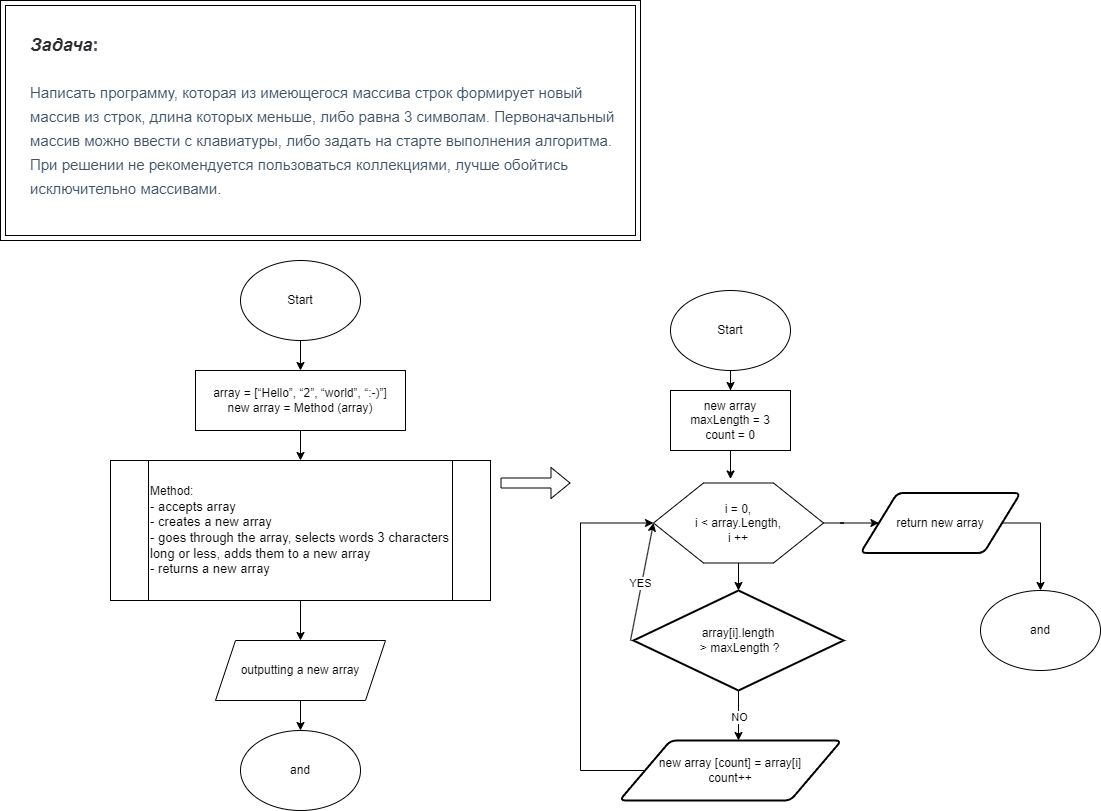
The draw.io diagram Блок-схема.png in PostnicovaY/text_array_filter, before a commit. Source tidied: cells renumbered, new cells last; positions are measured from the earlier drawing's top-left corner, leaving out a move shared by most shapes.
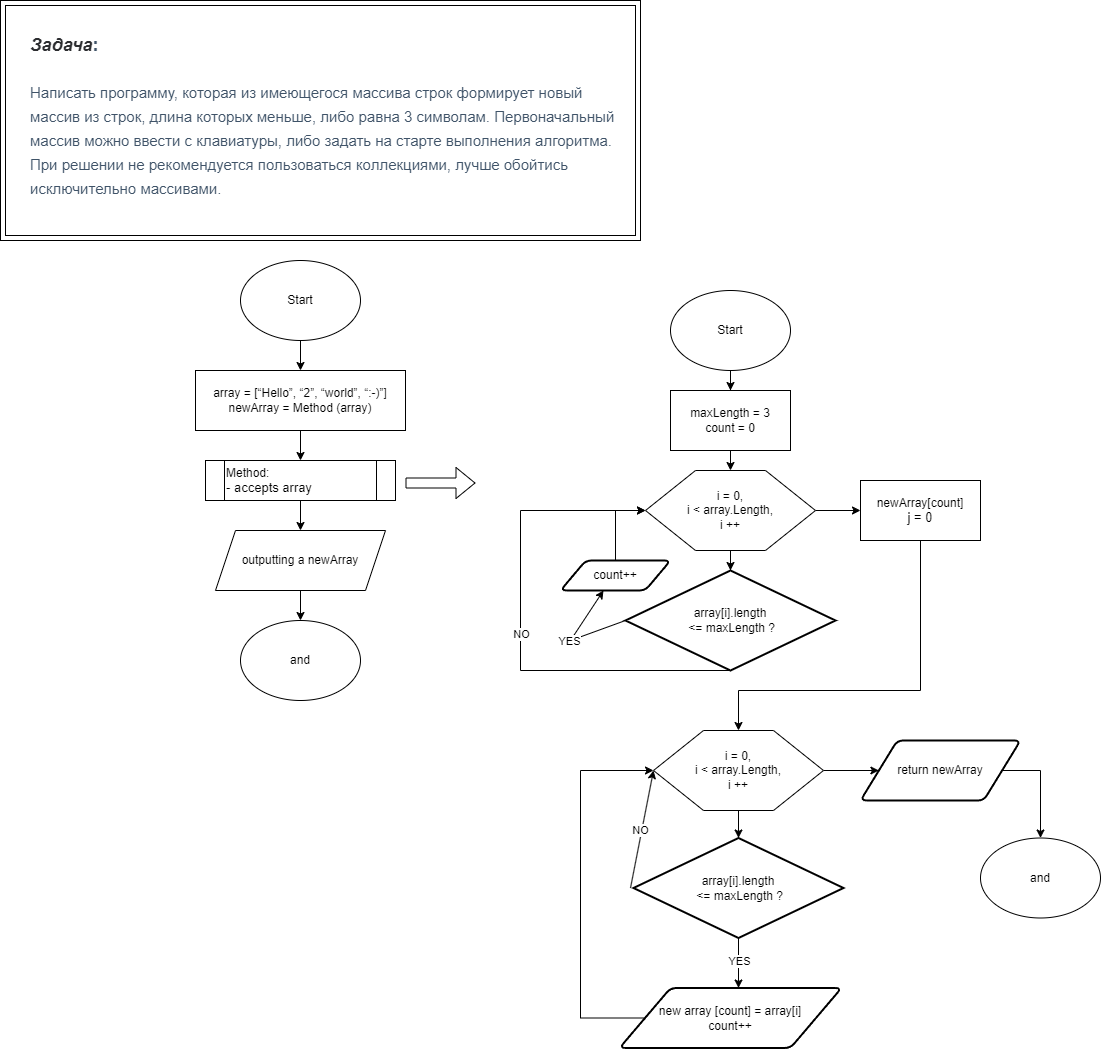
After the change.

Commit message:
Wrote a program that solved the problem, adjusted the flowchart and README file

What changed in the source:
```diff
@@ -16,3 +16,3 @@
     </mxCell>
-    <mxCell id="6" value="array =&amp;nbsp;[“Hello”, “2”, “world”, “:-)”]&lt;br&gt;new array = Method (array)" style="rounded=0;whiteSpace=wrap;html=1;" parent="1" vertex="1">
+    <mxCell id="6" value="array =&amp;nbsp;[“Hello”, “2”, “world”, “:-)”]&lt;br&gt;newArray&amp;nbsp;= Method (array)" style="rounded=0;whiteSpace=wrap;html=1;" parent="1" vertex="1">
       <mxGeometry x="195" y="370" width="210" height="60" as="geometry" />
@@ -22,7 +22,7 @@
     </mxCell>
-    <mxCell id="8" value="&lt;font style=&quot;background-color: rgb(255, 255, 255);&quot;&gt;Method:&lt;br style=&quot;font-family: -apple-system, BlinkMacSystemFont, Roboto, &amp;quot;Open Sans&amp;quot;, &amp;quot;Helvetica Neue&amp;quot;, &amp;quot;Noto Sans Armenian&amp;quot;, &amp;quot;Noto Sans Bengali&amp;quot;, &amp;quot;Noto Sans Cherokee&amp;quot;, &amp;quot;Noto Sans Devanagari&amp;quot;, &amp;quot;Noto Sans Ethiopic&amp;quot;, &amp;quot;Noto Sans Georgian&amp;quot;, &amp;quot;Noto Sans Hebrew&amp;quot;, &amp;quot;Noto Sans Kannada&amp;quot;, &amp;quot;Noto Sans Khmer&amp;quot;, &amp;quot;Noto Sans Lao&amp;quot;, &amp;quot;Noto Sans Osmanya&amp;quot;, &amp;quot;Noto Sans Tamil&amp;quot;, &amp;quot;Noto Sans Telugu&amp;quot;, &amp;quot;Noto Sans Thai&amp;quot;, sans-serif; font-size: 13px;&quot;&gt;&lt;span style=&quot;font-family: -apple-system, BlinkMacSystemFont, Roboto, &amp;quot;Open Sans&amp;quot;, &amp;quot;Helvetica Neue&amp;quot;, &amp;quot;Noto Sans Armenian&amp;quot;, &amp;quot;Noto Sans Bengali&amp;quot;, &amp;quot;Noto Sans Cherokee&amp;quot;, &amp;quot;Noto Sans Devanagari&amp;quot;, &amp;quot;Noto Sans Ethiopic&amp;quot;, &amp;quot;Noto Sans Georgian&amp;quot;, &amp;quot;Noto Sans Hebrew&amp;quot;, &amp;quot;Noto Sans Kannada&amp;quot;, &amp;quot;Noto Sans Khmer&amp;quot;, &amp;quot;Noto Sans Lao&amp;quot;, &amp;quot;Noto Sans Osmanya&amp;quot;, &amp;quot;Noto Sans Tamil&amp;quot;, &amp;quot;Noto Sans Telugu&amp;quot;, &amp;quot;Noto Sans Thai&amp;quot;, sans-serif; font-size: 13px;&quot;&gt;- accepts array&lt;/span&gt;&lt;br style=&quot;font-family: -apple-system, BlinkMacSystemFont, Roboto, &amp;quot;Open Sans&amp;quot;, &amp;quot;Helvetica Neue&amp;quot;, &amp;quot;Noto Sans Armenian&amp;quot;, &amp;quot;Noto Sans Bengali&amp;quot;, &amp;quot;Noto Sans Cherokee&amp;quot;, &amp;quot;Noto Sans Devanagari&amp;quot;, &amp;quot;Noto Sans Ethiopic&amp;quot;, &amp;quot;Noto Sans Georgian&amp;quot;, &amp;quot;Noto Sans Hebrew&amp;quot;, &amp;quot;Noto Sans Kannada&amp;quot;, &amp;quot;Noto Sans Khmer&amp;quot;, &amp;quot;Noto Sans Lao&amp;quot;, &amp;quot;Noto Sans Osmanya&amp;quot;, &amp;quot;Noto Sans Tamil&amp;quot;, &amp;quot;Noto Sans Telugu&amp;quot;, &amp;quot;Noto Sans Thai&amp;quot;, sans-serif; font-size: 13px;&quot;&gt;&lt;span style=&quot;font-family: -apple-system, BlinkMacSystemFont, Roboto, &amp;quot;Open Sans&amp;quot;, &amp;quot;Helvetica Neue&amp;quot;, &amp;quot;Noto Sans Armenian&amp;quot;, &amp;quot;Noto Sans Bengali&amp;quot;, &amp;quot;Noto Sans Cherokee&amp;quot;, &amp;quot;Noto Sans Devanagari&amp;quot;, &amp;quot;Noto Sans Ethiopic&amp;quot;, &amp;quot;Noto Sans Georgian&amp;quot;, &amp;quot;Noto Sans Hebrew&amp;quot;, &amp;quot;Noto Sans Kannada&amp;quot;, &amp;quot;Noto Sans Khmer&amp;quot;, &amp;quot;Noto Sans Lao&amp;quot;, &amp;quot;Noto Sans Osmanya&amp;quot;, &amp;quot;Noto Sans Tamil&amp;quot;, &amp;quot;Noto Sans Telugu&amp;quot;, &amp;quot;Noto Sans Thai&amp;quot;, sans-serif; font-size: 13px;&quot;&gt;- creates a new array&lt;/span&gt;&lt;br style=&quot;font-family: -apple-system, BlinkMacSystemFont, Roboto, &amp;quot;Open Sans&amp;quot;, &amp;quot;Helvetica Neue&amp;quot;, &amp;quot;Noto Sans Armenian&amp;quot;, &amp;quot;Noto Sans Bengali&amp;quot;, &amp;quot;Noto Sans Cherokee&amp;quot;, &amp;quot;Noto Sans Devanagari&amp;quot;, &amp;quot;Noto Sans Ethiopic&amp;quot;, &amp;quot;Noto Sans Georgian&amp;quot;, &amp;quot;Noto Sans Hebrew&amp;quot;, &amp;quot;Noto Sans Kannada&amp;quot;, &amp;quot;Noto Sans Khmer&amp;quot;, &amp;quot;Noto Sans Lao&amp;quot;, &amp;quot;Noto Sans Osmanya&amp;quot;, &amp;quot;Noto Sans Tamil&amp;quot;, &amp;quot;Noto Sans Telugu&amp;quot;, &amp;quot;Noto Sans Thai&amp;quot;, sans-serif; font-size: 13px;&quot;&gt;&lt;span style=&quot;font-family: -apple-system, BlinkMacSystemFont, Roboto, &amp;quot;Open Sans&amp;quot;, &amp;quot;Helvetica Neue&amp;quot;, &amp;quot;Noto Sans Armenian&amp;quot;, &amp;quot;Noto Sans Bengali&amp;quot;, &amp;quot;Noto Sans Cherokee&amp;quot;, &amp;quot;Noto Sans Devanagari&amp;quot;, &amp;quot;Noto Sans Ethiopic&amp;quot;, &amp;quot;Noto Sans Georgian&amp;quot;, &amp;quot;Noto Sans Hebrew&amp;quot;, &amp;quot;Noto Sans Kannada&amp;quot;, &amp;quot;Noto Sans Khmer&amp;quot;, &amp;quot;Noto Sans Lao&amp;quot;, &amp;quot;Noto Sans Osmanya&amp;quot;, &amp;quot;Noto Sans Tamil&amp;quot;, &amp;quot;Noto Sans Telugu&amp;quot;, &amp;quot;Noto Sans Thai&amp;quot;, sans-serif; font-size: 13px;&quot;&gt;- goes through the array, selects words 3 characters long or less, adds them to a new array&lt;/span&gt;&lt;br style=&quot;font-family: -apple-system, BlinkMacSystemFont, Roboto, &amp;quot;Open Sans&amp;quot;, &amp;quot;Helvetica Neue&amp;quot;, &amp;quot;Noto Sans Armenian&amp;quot;, &amp;quot;Noto Sans Bengali&amp;quot;, &amp;quot;Noto Sans Cherokee&amp;quot;, &amp;quot;Noto Sans Devanagari&amp;quot;, &amp;quot;Noto Sans Ethiopic&amp;quot;, &amp;quot;Noto Sans Georgian&amp;quot;, &amp;quot;Noto Sans Hebrew&amp;quot;, &amp;quot;Noto Sans Kannada&amp;quot;, &amp;quot;Noto Sans Khmer&amp;quot;, &amp;quot;Noto Sans Lao&amp;quot;, &amp;quot;Noto Sans Osmanya&amp;quot;, &amp;quot;Noto Sans Tamil&amp;quot;, &amp;quot;Noto Sans Telugu&amp;quot;, &amp;quot;Noto Sans Thai&amp;quot;, sans-serif; font-size: 13px;&quot;&gt;&lt;span style=&quot;font-family: -apple-system, BlinkMacSystemFont, Roboto, &amp;quot;Open Sans&amp;quot;, &amp;quot;Helvetica Neue&amp;quot;, &amp;quot;Noto Sans Armenian&amp;quot;, &amp;quot;Noto Sans Bengali&amp;quot;, &amp;quot;Noto Sans Cherokee&amp;quot;, &amp;quot;Noto Sans Devanagari&amp;quot;, &amp;quot;Noto Sans Ethiopic&amp;quot;, &amp;quot;Noto Sans Georgian&amp;quot;, &amp;quot;Noto Sans Hebrew&amp;quot;, &amp;quot;Noto Sans Kannada&amp;quot;, &amp;quot;Noto Sans Khmer&amp;quot;, &amp;quot;Noto Sans Lao&amp;quot;, &amp;quot;Noto Sans Osmanya&amp;quot;, &amp;quot;Noto Sans Tamil&amp;quot;, &amp;quot;Noto Sans Telugu&amp;quot;, &amp;quot;Noto Sans Thai&amp;quot;, sans-serif; font-size: 13px;&quot;&gt;- returns a new array&lt;/span&gt;&lt;/font&gt;" style="shape=process;whiteSpace=wrap;html=1;backgroundOutline=1;align=left;" parent="1" vertex="1">
-      <mxGeometry x="110" y="460" width="380" height="140" as="geometry" />
+    <mxCell id="8" value="&lt;font style=&quot;background-color: rgb(255, 255, 255);&quot;&gt;Method:&lt;br style=&quot;font-family: -apple-system, BlinkMacSystemFont, Roboto, &amp;quot;Open Sans&amp;quot;, &amp;quot;Helvetica Neue&amp;quot;, &amp;quot;Noto Sans Armenian&amp;quot;, &amp;quot;Noto Sans Bengali&amp;quot;, &amp;quot;Noto Sans Cherokee&amp;quot;, &amp;quot;Noto Sans Devanagari&amp;quot;, &amp;quot;Noto Sans Ethiopic&amp;quot;, &amp;quot;Noto Sans Georgian&amp;quot;, &amp;quot;Noto Sans Hebrew&amp;quot;, &amp;quot;Noto Sans Kannada&amp;quot;, &amp;quot;Noto Sans Khmer&amp;quot;, &amp;quot;Noto Sans Lao&amp;quot;, &amp;quot;Noto Sans Osmanya&amp;quot;, &amp;quot;Noto Sans Tamil&amp;quot;, &amp;quot;Noto Sans Telugu&amp;quot;, &amp;quot;Noto Sans Thai&amp;quot;, sans-serif; font-size: 13px;&quot;&gt;&lt;span style=&quot;font-family: -apple-system, BlinkMacSystemFont, Roboto, &amp;quot;Open Sans&amp;quot;, &amp;quot;Helvetica Neue&amp;quot;, &amp;quot;Noto Sans Armenian&amp;quot;, &amp;quot;Noto Sans Bengali&amp;quot;, &amp;quot;Noto Sans Cherokee&amp;quot;, &amp;quot;Noto Sans Devanagari&amp;quot;, &amp;quot;Noto Sans Ethiopic&amp;quot;, &amp;quot;Noto Sans Georgian&amp;quot;, &amp;quot;Noto Sans Hebrew&amp;quot;, &amp;quot;Noto Sans Kannada&amp;quot;, &amp;quot;Noto Sans Khmer&amp;quot;, &amp;quot;Noto Sans Lao&amp;quot;, &amp;quot;Noto Sans Osmanya&amp;quot;, &amp;quot;Noto Sans Tamil&amp;quot;, &amp;quot;Noto Sans Telugu&amp;quot;, &amp;quot;Noto Sans Thai&amp;quot;, sans-serif; font-size: 13px;&quot;&gt;- accepts array&lt;/span&gt;&lt;br&gt;&lt;/font&gt;" style="shape=process;whiteSpace=wrap;html=1;backgroundOutline=1;align=left;" parent="1" vertex="1">
+      <mxGeometry x="205" y="460" width="190" height="40" as="geometry" />
     </mxCell>
     <mxCell id="9" value="and" style="ellipse;whiteSpace=wrap;html=1;" parent="1" vertex="1">
-      <mxGeometry x="240" y="730" width="120" height="80" as="geometry" />
+      <mxGeometry x="240" y="620" width="120" height="80" as="geometry" />
     </mxCell>
@@ -31,4 +31,4 @@
     </mxCell>
-    <mxCell id="11" value="outputting a new array" style="shape=parallelogram;perimeter=parallelogramPerimeter;whiteSpace=wrap;html=1;fixedSize=1;" parent="1" vertex="1">
-      <mxGeometry x="215" y="640" width="170" height="60" as="geometry" />
+    <mxCell id="11" value="outputting a newArray" style="shape=parallelogram;perimeter=parallelogramPerimeter;whiteSpace=wrap;html=1;fixedSize=1;" parent="1" vertex="1">
+      <mxGeometry x="215" y="530" width="170" height="60" as="geometry" />
     </mxCell>
@@ -36,7 +36,7 @@
       <mxGeometry relative="1" as="geometry">
-        <mxPoint x="500" y="482.5" as="sourcePoint" />
-        <mxPoint x="570" y="482.5" as="targetPoint" />
+        <mxPoint x="405" y="482.5" as="sourcePoint" />
+        <mxPoint x="475" y="482.5" as="targetPoint" />
       </mxGeometry>
     </mxCell>
-    <mxCell id="13" value="new array&lt;br&gt;maxLength = 3&lt;br&gt;count = 0" style="rounded=0;whiteSpace=wrap;html=1;" parent="1" vertex="1">
+    <mxCell id="13" value="maxLength = 3&lt;br&gt;count = 0" style="rounded=0;whiteSpace=wrap;html=1;" parent="1" vertex="1">
       <mxGeometry x="670" y="390" width="120" height="60" as="geometry" />
@@ -53,12 +53,12 @@
     <mxCell id="17" style="verticalLabelPosition=bottom;verticalAlign=top;html=1;shape=hexagon;perimeter=hexagonPerimeter2;arcSize=6;size=0.29411764705882354;" parent="1" vertex="1">
-      <mxGeometry x="653" y="482.5" width="170" height="80" as="geometry" />
+      <mxGeometry x="653" y="730" width="170" height="80" as="geometry" />
     </mxCell>
     <mxCell id="18" value="i = 0,&lt;br&gt;i &amp;lt; array.Length,&lt;br&gt;i ++" style="text;html=1;strokeColor=none;fillColor=none;align=center;verticalAlign=middle;whiteSpace=wrap;rounded=0;" parent="1" vertex="1">
-      <mxGeometry x="680" y="495" width="116" height="55" as="geometry" />
+      <mxGeometry x="680" y="742.5" width="116" height="55" as="geometry" />
     </mxCell>
-    <mxCell id="19" style="edgeStyle=orthogonalEdgeStyle;rounded=0;jettySize=auto;html=1;exitX=0.5;exitY=1;exitDx=0;exitDy=0;entryX=0.453;entryY=-0.05;entryDx=0;entryDy=0;entryPerimeter=0;" parent="1" edge="1" source="13" target="17">
+    <mxCell id="19" style="edgeStyle=orthogonalEdgeStyle;rounded=0;jettySize=auto;html=1;exitX=0.5;exitY=1;exitDx=0;exitDy=0;entryX=0.5;entryY=0;entryDx=0;entryDy=0;" parent="1" edge="1" source="13" target="33">
       <mxGeometry relative="1" as="geometry" />
     </mxCell>
-    <mxCell id="20" value="array[i].length&lt;br&gt;&amp;nbsp;&amp;gt; maxLength ?" style="strokeWidth=2;html=1;shape=mxgraph.flowchart.decision;whiteSpace=wrap;" parent="1" vertex="1">
-      <mxGeometry x="633" y="590" width="210" height="100" as="geometry" />
+    <mxCell id="20" value="array[i].length&lt;br style=&quot;border-color: var(--border-color);&quot;&gt;&amp;nbsp;&amp;lt;= maxLength ?" style="strokeWidth=2;html=1;shape=mxgraph.flowchart.decision;whiteSpace=wrap;" parent="1" vertex="1">
+      <mxGeometry x="633" y="837.5" width="210" height="100" as="geometry" />
     </mxCell>
@@ -69,8 +69,8 @@
       <mxGeometry relative="1" as="geometry">
-        <mxPoint x="738" y="740" as="targetPoint" />
+        <mxPoint x="738" y="987.5" as="targetPoint" />
       </mxGeometry>
     </mxCell>
-    <mxCell id="23" value="NO" style="edgeLabel;html=1;align=center;verticalAlign=middle;" parent="22" vertex="1">
+    <mxCell id="23" value="YES" style="edgeLabel;html=1;align=center;verticalAlign=middle;" parent="22" vertex="1">
       <mxGeometry relative="1" as="geometry">
-        <mxPoint y="1" as="offset" />
+        <mxPoint y="-2" as="offset" />
       </mxGeometry>
@@ -79,6 +79,6 @@
       <mxGeometry relative="1" as="geometry">
-        <mxPoint x="630" y="640" as="sourcePoint" />
+        <mxPoint x="630" y="887.5" as="sourcePoint" />
       </mxGeometry>
     </mxCell>
-    <mxCell id="25" value="YES" style="edgeLabel;html=1;align=center;verticalAlign=middle;" parent="24" vertex="1">
+    <mxCell id="25" value="NO" style="edgeLabel;html=1;align=center;verticalAlign=middle;" parent="24" vertex="1">
       <mxGeometry relative="1" as="geometry">
@@ -90,4 +90,4 @@
         <Array as="points">
-          <mxPoint x="580" y="770" />
-          <mxPoint x="580" y="523" />
+          <mxPoint x="580" y="1017.5" />
+          <mxPoint x="580" y="770.5" />
         </Array>
@@ -96,3 +96,3 @@
     <mxCell id="27" value="new array [count] = array[i]&lt;br&gt;count++" style="shape=parallelogram;html=1;strokeWidth=2;perimeter=parallelogramPerimeter;whiteSpace=wrap;rounded=1;arcSize=12;size=0.23;" parent="1" vertex="1">
-      <mxGeometry x="619" y="740" width="222" height="60" as="geometry" />
+      <mxGeometry x="619" y="987.5" width="222" height="60" as="geometry" />
     </mxCell>
@@ -101,3 +101,3 @@
         <Array as="points">
-          <mxPoint x="1040" y="523" />
+          <mxPoint x="1040" y="770.5" />
         </Array>
@@ -105,8 +105,70 @@
     </mxCell>
-    <mxCell id="29" value="return new array" style="shape=parallelogram;html=1;strokeWidth=2;perimeter=parallelogramPerimeter;whiteSpace=wrap;rounded=1;arcSize=12;size=0.23;" parent="1" vertex="1">
-      <mxGeometry x="860" y="492.5" width="160" height="60" as="geometry" />
+    <mxCell id="29" value="return newArray" style="shape=parallelogram;html=1;strokeWidth=2;perimeter=parallelogramPerimeter;whiteSpace=wrap;rounded=1;arcSize=12;size=0.23;" parent="1" vertex="1">
+      <mxGeometry x="860" y="740" width="160" height="60" as="geometry" />
     </mxCell>
     <mxCell id="30" value="and" style="ellipse;whiteSpace=wrap;html=1;" parent="1" vertex="1">
-      <mxGeometry x="980" y="590" width="120" height="80" as="geometry" />
+      <mxGeometry x="980" y="837.5" width="120" height="80" as="geometry" />
     </mxCell>
+    <mxCell id="31" style="edgeStyle=orthogonalEdgeStyle;rounded=0;jettySize=auto;html=1;" parent="1" edge="1" source="33" target="35">
+      <mxGeometry relative="1" as="geometry" />
+    </mxCell>
+    <mxCell id="32" style="edgeStyle=orthogonalEdgeStyle;rounded=0;jettySize=auto;html=1;exitX=1;exitY=0.5;exitDx=0;exitDy=0;" parent="1" edge="1" source="33" target="43">
+      <mxGeometry relative="1" as="geometry" />
+    </mxCell>
+    <mxCell id="33" style="verticalLabelPosition=bottom;verticalAlign=top;html=1;shape=hexagon;perimeter=hexagonPerimeter2;arcSize=6;size=0.29411764705882354;" parent="1" vertex="1">
+      <mxGeometry x="645" y="470" width="170" height="80" as="geometry" />
+    </mxCell>
+    <mxCell id="34" value="i = 0,&lt;br&gt;i &amp;lt; array.Length,&lt;br&gt;i ++" style="text;html=1;strokeColor=none;fillColor=none;align=center;verticalAlign=middle;whiteSpace=wrap;rounded=0;" parent="1" vertex="1">
+      <mxGeometry x="672" y="482.5" width="116" height="55" as="geometry" />
+    </mxCell>
+    <mxCell id="35" value="array[i].length&lt;br&gt;&amp;nbsp;&amp;lt;= maxLength ?" style="strokeWidth=2;html=1;shape=mxgraph.flowchart.decision;whiteSpace=wrap;" parent="1" vertex="1">
+      <mxGeometry x="625" y="570" width="210" height="100" as="geometry" />
+    </mxCell>
+    <mxCell id="36" style="endArrow=classic;html=1;rounded=0;exitX=0.5;exitY=1;exitDx=0;exitDy=0;exitPerimeter=0;entryX=0;entryY=0.5;entryDx=0;entryDy=0;" parent="1" edge="1" source="35" target="33">
+      <mxGeometry relative="1" as="geometry">
+        <Array as="points">
+          <mxPoint x="520" y="670" />
+          <mxPoint x="520" y="510" />
+        </Array>
+      </mxGeometry>
+    </mxCell>
+    <mxCell id="37" value="NO" style="edgeLabel;html=1;align=center;verticalAlign=middle;" parent="36" vertex="1">
+      <mxGeometry relative="1" as="geometry">
+        <mxPoint y="1" as="offset" />
+      </mxGeometry>
+    </mxCell>
+    <mxCell id="38" style="edgeStyle=orthogonalEdgeStyle;rounded=0;jettySize=auto;html=1;exitX=0.5;exitY=0;exitDx=0;exitDy=0;entryX=0;entryY=0.5;entryDx=0;entryDy=0;" parent="1" edge="1" source="39" target="33">
+      <mxGeometry relative="1" as="geometry">
+        <Array as="points">
+          <mxPoint x="615" y="510" />
+        </Array>
+      </mxGeometry>
+    </mxCell>
+    <mxCell id="39" value="count++" style="shape=parallelogram;html=1;strokeWidth=2;perimeter=parallelogramPerimeter;whiteSpace=wrap;rounded=1;arcSize=12;size=0.23;" parent="1" vertex="1">
+      <mxGeometry x="560" y="560" width="110" height="30" as="geometry" />
+    </mxCell>
+    <mxCell id="40" style="endArrow=classic;html=1;rounded=0;entryX=0;entryY=0.5;entryDx=0;entryDy=0;exitX=0;exitY=0.5;exitDx=0;exitDy=0;exitPerimeter=0;" parent="1" edge="1" source="35">
+      <mxGeometry relative="1" as="geometry">
+        <mxPoint x="603" y="590" as="targetPoint" />
+        <Array as="points">
+          <mxPoint x="570" y="640" />
+        </Array>
+      </mxGeometry>
+    </mxCell>
+    <mxCell id="41" value="YES" style="edgeLabel;html=1;align=center;verticalAlign=middle;" parent="40" vertex="1">
+      <mxGeometry relative="1" as="geometry">
+        <mxPoint x="-2" y="1" as="offset" />
+      </mxGeometry>
+    </mxCell>
+    <mxCell id="42" style="edgeStyle=orthogonalEdgeStyle;rounded=0;jettySize=auto;html=1;exitX=0.5;exitY=1;exitDx=0;exitDy=0;entryX=0.5;entryY=0;entryDx=0;entryDy=0;" parent="1" edge="1" source="43" target="17">
+      <mxGeometry relative="1" as="geometry">
+        <Array as="points">
+          <mxPoint x="920" y="690" />
+          <mxPoint x="738" y="690" />
+        </Array>
+      </mxGeometry>
+    </mxCell>
+    <mxCell id="43" value="n&lt;span style=&quot;background-color: rgb(255, 255, 255);&quot;&gt;ewArray[count]&lt;br style=&quot;font-family: -apple-system, BlinkMacSystemFont, Roboto, &amp;quot;Open Sans&amp;quot;, &amp;quot;Helvetica Neue&amp;quot;, &amp;quot;Noto Sans Armenian&amp;quot;, &amp;quot;Noto Sans Bengali&amp;quot;, &amp;quot;Noto Sans Cherokee&amp;quot;, &amp;quot;Noto Sans Devanagari&amp;quot;, &amp;quot;Noto Sans Ethiopic&amp;quot;, &amp;quot;Noto Sans Georgian&amp;quot;, &amp;quot;Noto Sans Hebrew&amp;quot;, &amp;quot;Noto Sans Kannada&amp;quot;, &amp;quot;Noto Sans Khmer&amp;quot;, &amp;quot;Noto Sans Lao&amp;quot;, &amp;quot;Noto Sans Osmanya&amp;quot;, &amp;quot;Noto Sans Tamil&amp;quot;, &amp;quot;Noto Sans Telugu&amp;quot;, &amp;quot;Noto Sans Thai&amp;quot;, sans-serif; -webkit-font-smoothing: subpixel-antialiased; font-size: 13px; text-align: left;&quot;&gt;&lt;span style=&quot;font-family: -apple-system, BlinkMacSystemFont, Roboto, &amp;quot;Open Sans&amp;quot;, &amp;quot;Helvetica Neue&amp;quot;, &amp;quot;Noto Sans Armenian&amp;quot;, &amp;quot;Noto Sans Bengali&amp;quot;, &amp;quot;Noto Sans Cherokee&amp;quot;, &amp;quot;Noto Sans Devanagari&amp;quot;, &amp;quot;Noto Sans Ethiopic&amp;quot;, &amp;quot;Noto Sans Georgian&amp;quot;, &amp;quot;Noto Sans Hebrew&amp;quot;, &amp;quot;Noto Sans Kannada&amp;quot;, &amp;quot;Noto Sans Khmer&amp;quot;, &amp;quot;Noto Sans Lao&amp;quot;, &amp;quot;Noto Sans Osmanya&amp;quot;, &amp;quot;Noto Sans Tamil&amp;quot;, &amp;quot;Noto Sans Telugu&amp;quot;, &amp;quot;Noto Sans Thai&amp;quot;, sans-serif; font-size: 13px; text-align: left;&quot;&gt;j = 0&lt;/span&gt;&lt;/span&gt;" style="rounded=0;whiteSpace=wrap;html=1;" parent="1" vertex="1">
+      <mxGeometry x="860" y="480" width="120" height="60" as="geometry" />
+    </mxCell>
   </root>
```
